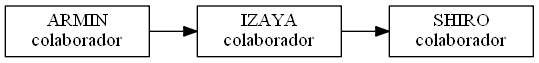
MacoChave/Proyecto2-SistemaAsignacion keeps this Graphviz diagram as BIN/usuario.png. Above is the earlier version. Its source is kept beside it as BIN/usuario.dot. Source of this version:
```dot
digraph usuarios {
	nodesep=.05;
	rankdir=LR
	node [shape=record,width=1.5,height=.5];

USARMIN[label = "ARMIN\ncolaborador "];
USARMIN -> USIZAYA;

USIZAYA[label = "IZAYA\ncolaborador"];
USIZAYA -> USSHIRO;

USSHIRO[label = "SHIRO\ncolaborador"];
}
```
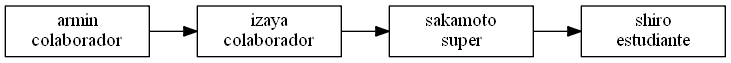
The same diagram one commit later.

Diff of the diagram source:
```diff
@@ -3,11 +3,14 @@
 	rankdir=LR
 	node [shape=record,width=1.5,height=.5];
 
-USARMIN[label = "ARMIN\ncolaborador "];
-USARMIN -> USIZAYA;
+USarmin[label = "armin\ncolaborador"];
+USarmin -> USizaya;
 
-USIZAYA[label = "IZAYA\ncolaborador"];
-USIZAYA -> USSHIRO;
+USizaya[label = "izaya\ncolaborador"];
+USizaya -> USsakamoto;
 
-USSHIRO[label = "SHIRO\ncolaborador"];
+USsakamoto[label = "sakamoto\nsuper"];
+USsakamoto -> USshiro;
+
+USshiro[label = "shiro\nestudiante"];
 }
```
